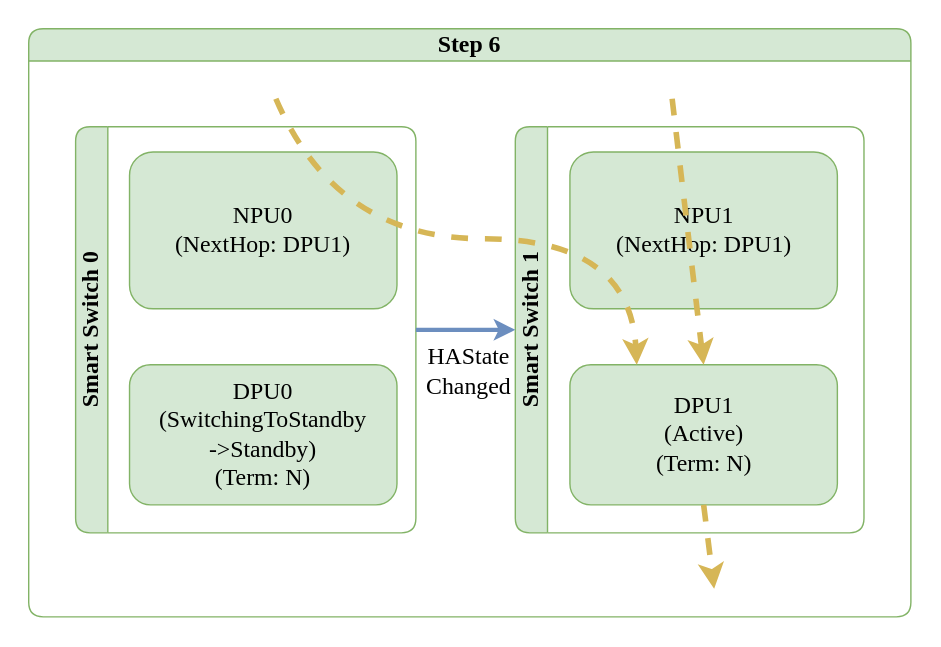
The draw.io diagram doc/smart-switch/high-availability/images/ha-planned-events-switchover-step-6.svg in sonic-net/SONiC, before a commit. Source tidied: cells renumbered, new cells last; positions are measured from the earlier drawing's top-left corner, leaving out a move shared by most shapes.
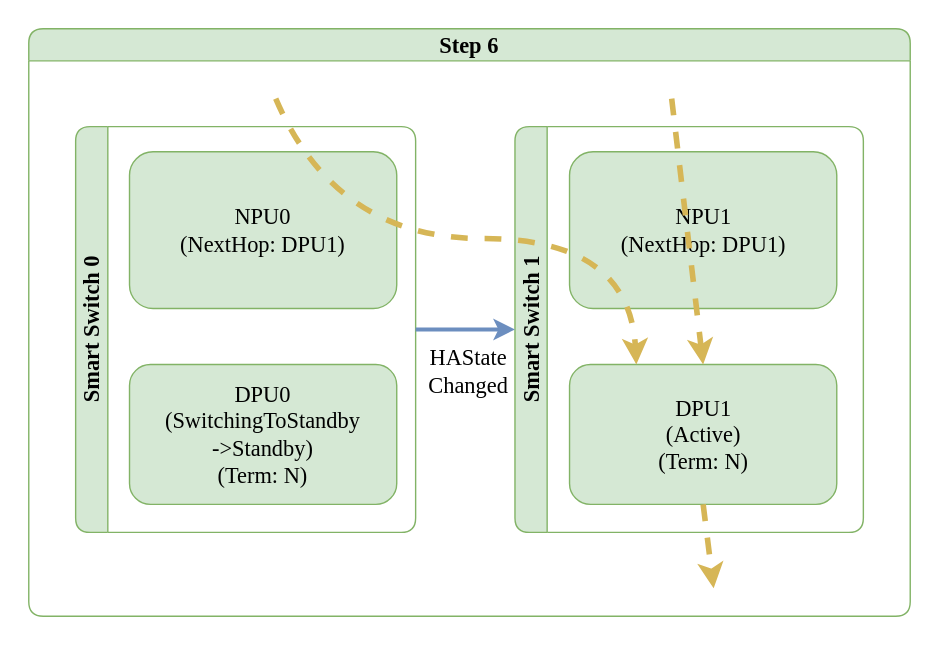
The same file after the commit.

Diff of the diagram source:
```diff
@@ -2,31 +2,31 @@
   <root>
     <mxCell id="0" />
     <mxCell id="1" parent="0" />
-    <mxCell id="2" value="Step 6" style="swimlane;horizontal=1;whiteSpace=wrap;html=1;rounded=1;labelBorderColor=none;strokeColor=#82b366;fontFamily=Consolas;fontSize=17;startSize=23;fillColor=#d5e8d4;swimlaneFillColor=#FFFFFF;" parent="1" vertex="1">
+    <mxCell id="2" value="Step 6" style="swimlane;horizontal=1;whiteSpace=wrap;html=1;rounded=1;labelBorderColor=none;strokeColor=#82b366;fontFamily=Monaco;fontSize=16;startSize=23;fillColor=#d5e8d4;swimlaneFillColor=#FFFFFF;" parent="1" vertex="1">
       <mxGeometry width="630" height="420" as="geometry" />
     </mxCell>
-    <mxCell id="3" value="Smart Switch 0" style="swimlane;horizontal=0;whiteSpace=wrap;html=1;rounded=1;labelBorderColor=none;strokeColor=#82b366;fontFamily=Consolas;fontSize=17;startSize=23;fillColor=#d5e8d4;swimlaneFillColor=#FFFFFF;" parent="2" vertex="1">
+    <mxCell id="3" value="Smart Switch 0" style="swimlane;horizontal=0;whiteSpace=wrap;html=1;rounded=1;labelBorderColor=none;strokeColor=#82b366;fontFamily=Monaco;fontSize=16;startSize=23;fillColor=#d5e8d4;swimlaneFillColor=#FFFFFF;" parent="2" vertex="1">
       <mxGeometry x="33.5" y="70" width="243" height="290" as="geometry" />
     </mxCell>
-    <mxCell id="4" value="NPU0&lt;br style=&quot;font-size: 17px;&quot;&gt;(NextHop: DPU1)" style="rounded=1;whiteSpace=wrap;html=1;strokeColor=#82b366;fontFamily=Consolas;fontSize=17;startSize=23;fillColor=#d5e8d4;" parent="3" vertex="1">
+    <mxCell id="4" value="NPU0&lt;br style=&quot;font-size: 16px;&quot;&gt;(NextHop: DPU1)" style="rounded=1;whiteSpace=wrap;html=1;strokeColor=#82b366;fontFamily=Monaco;fontSize=16;startSize=23;fillColor=#d5e8d4;" parent="3" vertex="1">
       <mxGeometry x="38.5" y="18" width="191" height="112" as="geometry" />
     </mxCell>
-    <mxCell id="5" value="DPU0&lt;br style=&quot;border-color: var(--border-color); font-size: 17px;&quot;&gt;(SwitchingToStandby&lt;br style=&quot;font-size: 17px;&quot;&gt;-&amp;gt;Standby)&lt;br style=&quot;border-color: var(--border-color); font-size: 17px;&quot;&gt;(Term: N)" style="rounded=1;whiteSpace=wrap;html=1;strokeColor=#82b366;fontFamily=Consolas;fontSize=17;startSize=23;fillColor=#d5e8d4;" parent="3" vertex="1">
+    <mxCell id="5" value="DPU0&lt;br style=&quot;border-color: var(--border-color); font-size: 16px;&quot;&gt;(SwitchingToStandby&lt;br style=&quot;font-size: 16px;&quot;&gt;-&amp;gt;Standby)&lt;br style=&quot;border-color: var(--border-color); font-size: 16px;&quot;&gt;(Term: N)" style="rounded=1;whiteSpace=wrap;html=1;strokeColor=#82b366;fontFamily=Monaco;fontSize=16;startSize=23;fillColor=#d5e8d4;" parent="3" vertex="1">
       <mxGeometry x="38.5" y="170" width="191" height="100" as="geometry" />
     </mxCell>
-    <mxCell id="6" value="Smart Switch 1" style="swimlane;horizontal=0;whiteSpace=wrap;html=1;rounded=1;labelBorderColor=none;strokeColor=#82b366;fontFamily=Consolas;fontSize=17;startSize=23;fillColor=#d5e8d4;swimlaneFillColor=#FFFFFF;" parent="2" vertex="1">
+    <mxCell id="6" value="Smart Switch 1" style="swimlane;horizontal=0;whiteSpace=wrap;html=1;rounded=1;labelBorderColor=none;strokeColor=#82b366;fontFamily=Monaco;fontSize=16;startSize=23;fillColor=#d5e8d4;swimlaneFillColor=#FFFFFF;" parent="2" vertex="1">
       <mxGeometry x="347.5" y="70" width="249" height="290" as="geometry" />
     </mxCell>
-    <mxCell id="7" value="NPU1&lt;br style=&quot;font-size: 17px;&quot;&gt;(NextHop: DPU1)" style="rounded=1;whiteSpace=wrap;html=1;strokeColor=#82b366;fontFamily=Consolas;fontSize=17;startSize=23;fillColor=#d5e8d4;" parent="6" vertex="1">
+    <mxCell id="7" value="NPU1&lt;br style=&quot;font-size: 16px;&quot;&gt;(NextHop: DPU1)" style="rounded=1;whiteSpace=wrap;html=1;strokeColor=#82b366;fontFamily=Monaco;fontSize=16;startSize=23;fillColor=#d5e8d4;" parent="6" vertex="1">
       <mxGeometry x="39" y="18" width="191" height="112" as="geometry" />
     </mxCell>
-    <mxCell id="8" value="DPU1&lt;br style=&quot;border-color: var(--border-color); font-size: 17px;&quot;&gt;(Active)&lt;br style=&quot;border-color: var(--border-color); font-size: 17px;&quot;&gt;(Term: N)" style="rounded=1;whiteSpace=wrap;html=1;strokeColor=#82b366;fontFamily=Consolas;fontSize=17;startSize=23;fillColor=#d5e8d4;" parent="6" vertex="1">
+    <mxCell id="8" value="DPU1&lt;br style=&quot;border-color: var(--border-color); font-size: 16px;&quot;&gt;(Active)&lt;br style=&quot;border-color: var(--border-color); font-size: 16px;&quot;&gt;(Term: N)" style="rounded=1;whiteSpace=wrap;html=1;strokeColor=#82b366;fontFamily=Monaco;fontSize=16;startSize=23;fillColor=#d5e8d4;" parent="6" vertex="1">
       <mxGeometry x="39" y="170" width="191" height="100" as="geometry" />
     </mxCell>
-    <mxCell id="9" value="HAState&lt;br style=&quot;font-size: 17px;&quot;&gt;Changed" style="endArrow=classic;startArrow=none;html=1;rounded=0;exitX=1;exitY=0.5;exitDx=0;exitDy=0;entryX=0;entryY=0.5;entryDx=0;entryDy=0;fillColor=#dae8fc;strokeColor=#6c8ebf;strokeWidth=3;fontFamily=Consolas;fontSize=17;startFill=0;endFill=1;labelBackgroundColor=none;" parent="2" edge="1" source="3" target="6">
+    <mxCell id="9" value="HAState&lt;br style=&quot;font-size: 16px;&quot;&gt;Changed" style="endArrow=classic;startArrow=none;html=1;rounded=0;exitX=1;exitY=0.5;exitDx=0;exitDy=0;entryX=0;entryY=0.5;entryDx=0;entryDy=0;fillColor=#dae8fc;strokeColor=#6c8ebf;strokeWidth=3;fontFamily=Monaco;fontSize=16;startFill=0;endFill=1;labelBackgroundColor=none;" parent="2" edge="1" source="3" target="6">
       <mxGeometry x="0.04" y="-30" relative="1" as="geometry" />
     </mxCell>
-    <mxCell id="10" style="curved=1;endArrow=classic;html=1;rounded=0;fillColor=#fff2cc;strokeColor=#d6b656;strokeWidth=4;dashed=1;endFill=1;entryX=0.25;entryY=0;entryDx=0;entryDy=0;fontFamily=Consolas;fontSize=17;" parent="2" edge="1" target="8">
+    <mxCell id="10" style="curved=1;endArrow=classic;html=1;rounded=0;fillColor=#fff2cc;strokeColor=#d6b656;strokeWidth=4;dashed=1;endFill=1;entryX=0.25;entryY=0;entryDx=0;entryDy=0;fontFamily=Monaco;fontSize=16;" parent="2" edge="1" target="8">
       <mxGeometry relative="1" as="geometry">
         <mxPoint x="176.5" y="50" as="sourcePoint" />
         <Array as="points">
@@ -35,12 +35,12 @@
         </Array>
       </mxGeometry>
     </mxCell>
-    <mxCell id="11" style="curved=1;endArrow=classic;html=1;rounded=0;fillColor=#fff2cc;strokeColor=#d6b656;strokeWidth=4;dashed=1;endFill=1;entryX=0.5;entryY=0;entryDx=0;entryDy=0;fontFamily=Consolas;fontSize=17;" parent="2" edge="1" target="8">
+    <mxCell id="11" style="curved=1;endArrow=classic;html=1;rounded=0;fillColor=#fff2cc;strokeColor=#d6b656;strokeWidth=4;dashed=1;endFill=1;entryX=0.5;entryY=0;entryDx=0;entryDy=0;fontFamily=Monaco;fontSize=16;" parent="2" edge="1" target="8">
       <mxGeometry relative="1" as="geometry">
         <mxPoint x="459.5" y="50" as="sourcePoint" />
       </mxGeometry>
     </mxCell>
-    <mxCell id="12" style="endArrow=classic;html=1;rounded=0;fillColor=#fff2cc;strokeColor=#d6b656;strokeWidth=4;dashed=1;endFill=1;exitX=0.5;exitY=1;exitDx=0;exitDy=0;fontFamily=Consolas;fontSize=17;" parent="2" edge="1" source="8">
+    <mxCell id="12" style="endArrow=classic;html=1;rounded=0;fillColor=#fff2cc;strokeColor=#d6b656;strokeWidth=4;dashed=1;endFill=1;exitX=0.5;exitY=1;exitDx=0;exitDy=0;fontFamily=Monaco;fontSize=16;" parent="2" edge="1" source="8">
       <mxGeometry relative="1" as="geometry">
         <mxPoint x="489.5" y="400" as="targetPoint" />
       </mxGeometry>
```
